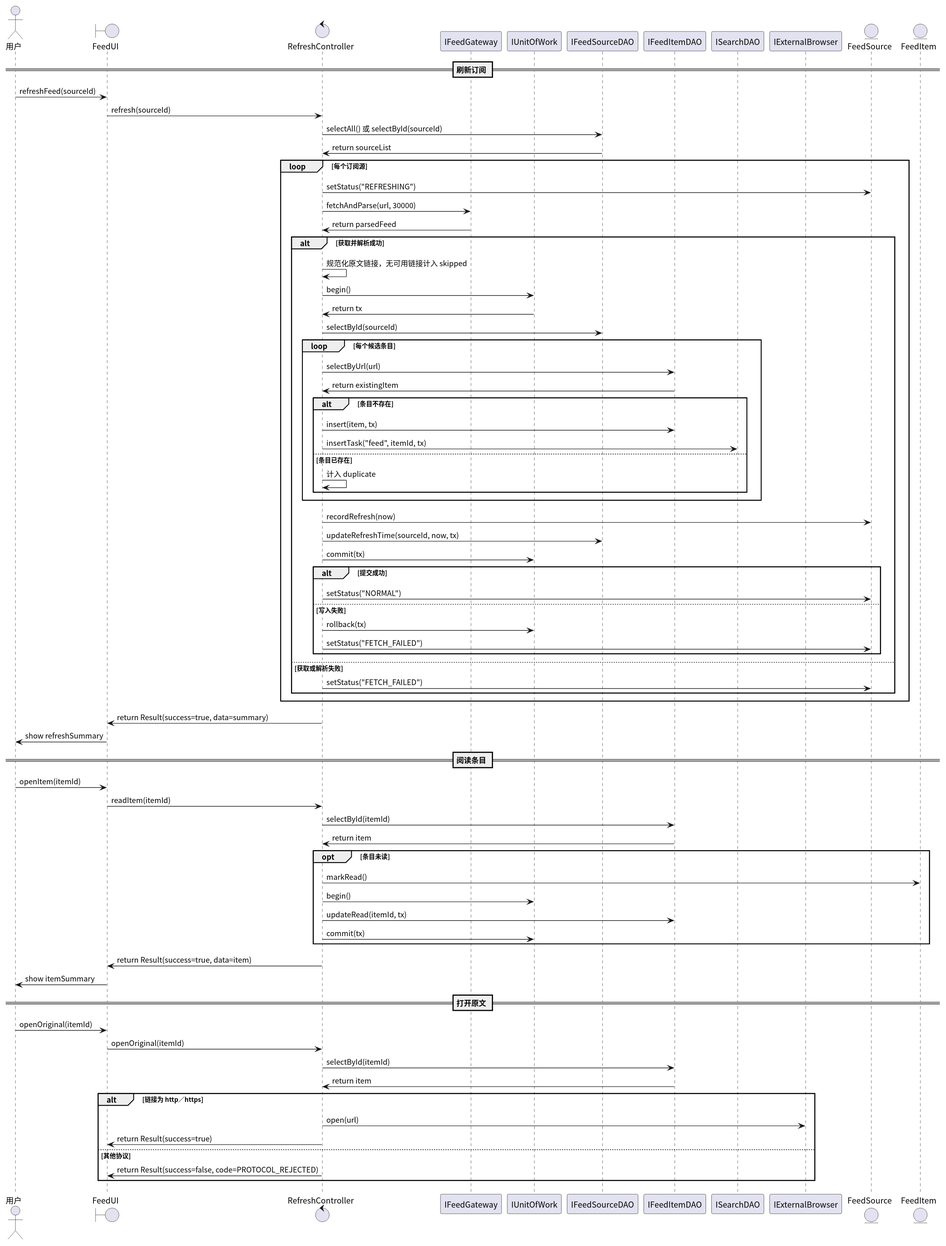
This is docs/SE_Experiment/design/figures/uc03.svg from AlanRosston/labloom, a PlantUML export, as it was before one commit.
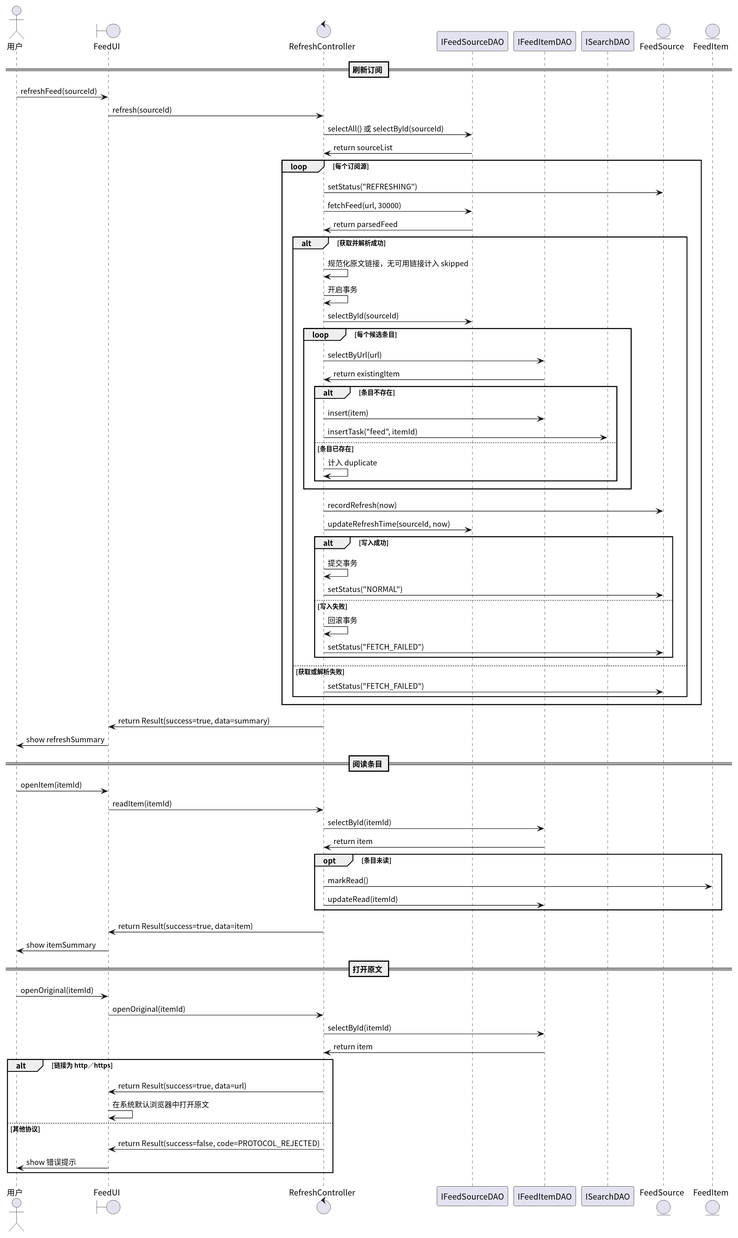
Above is the later version.

Diff of the diagram source:
```diff
@@ -3,12 +3,9 @@
 actor 用户
 boundary FeedUI
 control RefreshController
-participant IFeedGateway
-participant IUnitOfWork
 participant IFeedSourceDAO
 participant IFeedItemDAO
 participant ISearchDAO
-participant IExternalBrowser
 entity FeedSource
 entity FeedItem
 
@@ -19,30 +16,29 @@
 IFeedSourceDAO -> RefreshController: return sourceList
 loop 每个订阅源
   RefreshController -> FeedSource: setStatus("REFRESHING")
-  RefreshController -> IFeedGateway: fetchAndParse(url, 30000)
-  IFeedGateway -> RefreshController: return parsedFeed
+  RefreshController -> IFeedSourceDAO: fetchFeed(url, 30000)
+  IFeedSourceDAO -> RefreshController: return parsedFeed
   alt 获取并解析成功
     RefreshController -> RefreshController: 规范化原文链接，无可用链接计入 skipped
-    RefreshController -> IUnitOfWork: begin()
-    IUnitOfWork -> RefreshController: return tx
+    RefreshController -> RefreshController: 开启事务
     RefreshController -> IFeedSourceDAO: selectById(sourceId)
     loop 每个候选条目
       RefreshController -> IFeedItemDAO: selectByUrl(url)
       IFeedItemDAO -> RefreshController: return existingItem
       alt 条目不存在
-        RefreshController -> IFeedItemDAO: insert(item, tx)
-        RefreshController -> ISearchDAO: insertTask("feed", itemId, tx)
+        RefreshController -> IFeedItemDAO: insert(item)
+        RefreshController -> ISearchDAO: insertTask("feed", itemId)
       else 条目已存在
         RefreshController -> RefreshController: 计入 duplicate
       end
     end
     RefreshController -> FeedSource: recordRefresh(now)
-    RefreshController -> IFeedSourceDAO: updateRefreshTime(sourceId, now, tx)
-    RefreshController -> IUnitOfWork: commit(tx)
-    alt 提交成功
+    RefreshController -> IFeedSourceDAO: updateRefreshTime(sourceId, now)
+    alt 写入成功
+      RefreshController -> RefreshController: 提交事务
       RefreshController -> FeedSource: setStatus("NORMAL")
     else 写入失败
-      RefreshController -> IUnitOfWork: rollback(tx)
+      RefreshController -> RefreshController: 回滚事务
       RefreshController -> FeedSource: setStatus("FETCH_FAILED")
     end
   else 获取或解析失败
@@ -59,9 +55,7 @@
 IFeedItemDAO -> RefreshController: return item
 opt 条目未读
   RefreshController -> FeedItem: markRead()
-  RefreshController -> IUnitOfWork: begin()
-  RefreshController -> IFeedItemDAO: updateRead(itemId, tx)
-  RefreshController -> IUnitOfWork: commit(tx)
+  RefreshController -> IFeedItemDAO: updateRead(itemId)
 end
 RefreshController -> FeedUI: return Result(success=true, data=item)
 FeedUI -> 用户: show itemSummary
@@ -72,9 +66,10 @@
 RefreshController -> IFeedItemDAO: selectById(itemId)
 IFeedItemDAO -> RefreshController: return item
 alt 链接为 http／https
-  RefreshController -> IExternalBrowser: open(url)
-  RefreshController -> FeedUI: return Result(success=true)
+  RefreshController -> FeedUI: return Result(success=true, data=url)
+  FeedUI -> FeedUI: 在系统默认浏览器中打开原文
 else 其他协议
   RefreshController -> FeedUI: return Result(success=false, code=PROTOCOL_REJECTED)
+  FeedUI -> 用户: show 错误提示
 end
 @enduml
```
